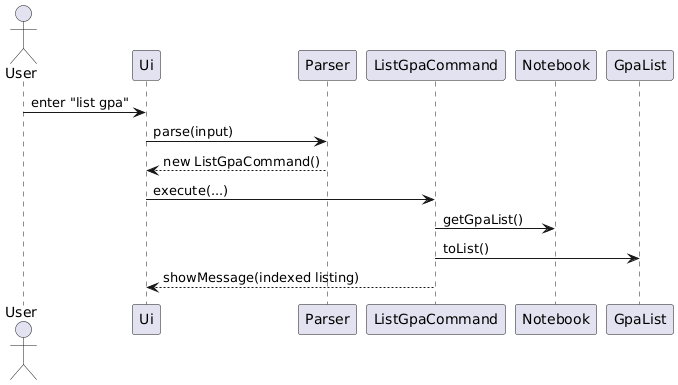
Kennahh/tp keeps this PlantUML diagram as docs/images/LIstGPAEntries.png. Above is the earlier version. Its source is kept beside it as docs/diagrams/ListGPAEntries.puml.
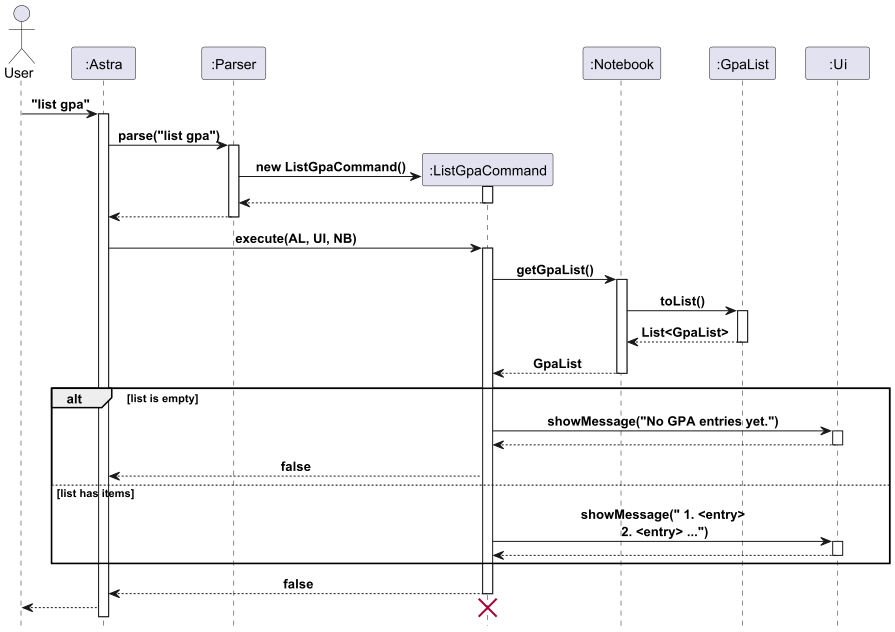
The same diagram one commit later.

Commit message:
Update ListGPAEntries sequence diagram

Change to the diagram source:
```diff
@@ -1,22 +1,22 @@
 @startuml
 !include style.puml
 actor User
-participant Astra
-participant Parser
-participant C as "ListGpaCommand"
-participant NB as "Notebook"
-participant GL as "GpaList"
-participant UI as "Ui"
+participant Astra as ":Astra"
+participant Parser as ":Parser"
+participant C as ":ListGpaCommand"
+participant NB as ":Notebook"
+participant GL as ":GpaList"
+participant UI as ":Ui"
 
-User -> Astra: input "list gpa"
+User -> Astra:"list gpa"
 activate Astra
-Astra -> Parser: parse(input)
+Astra -> Parser: parse("list gpa")
 activate Parser
 create C
 Parser -> C: new ListGpaCommand()
 activate C
 return
-return ListGpaCommand
+return
 
 Astra -> C: execute(AL, UI, NB)
 activate C
@@ -38,6 +38,8 @@
 	activate UI
 	return
 end
-C --> Astra: return shouldExit=false
+C --> Astra:false
+deactivate C
+Astra --> User
 destroy C
 @enduml
```
